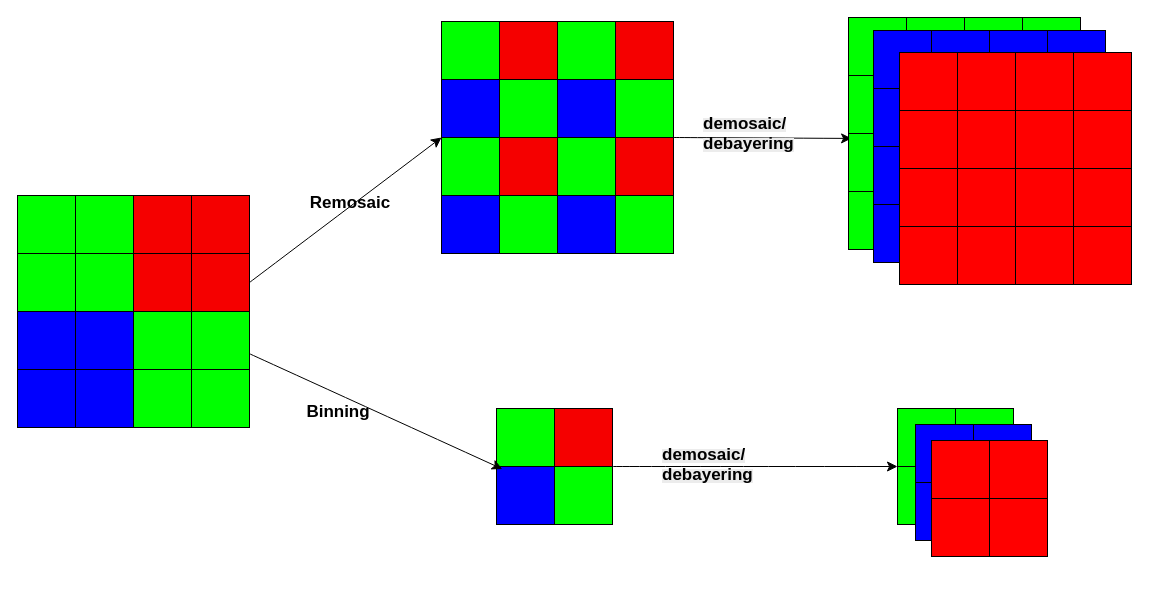
The draw.io diagram CMU15445/quadraw.drawio in SixPlusAndTimes/drawio, before the edit. Source tidied: cells renumbered, new cells numbered last; positions are measured from the earlier drawing's top-left corner, leaving out a move shared by most shapes. Both pictures are drawn from the tidied source at 100%, with x=0, y=0 at pixel (17, 17).
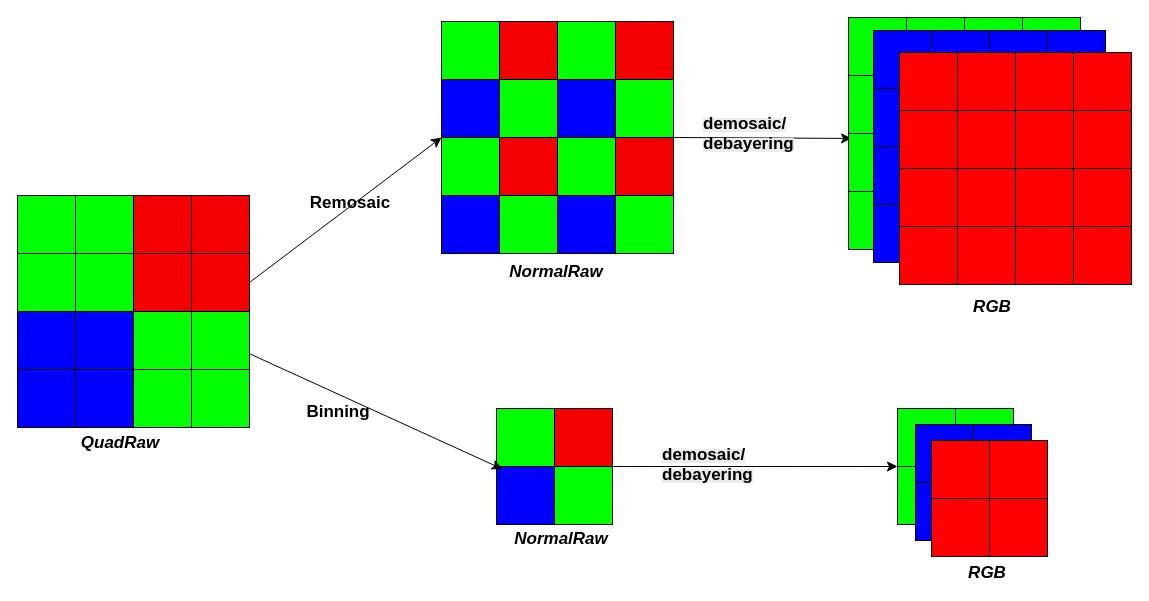
After the change.

Change to the diagram source:
```diff
@@
+    <mxCell id="106" value="&lt;span style=&quot;font-size: 17px;&quot;&gt;&lt;b&gt;&lt;i&gt;QuadRaw&lt;/i&gt;&lt;/b&gt;&lt;/span&gt;" style="text;html=1;whiteSpace=wrap;strokeColor=none;fillColor=none;align=center;verticalAlign=middle;rounded=0;" parent="1" vertex="1">
+      <mxGeometry x="73" y="416" width="60" height="20" as="geometry" />
+    </mxCell>
+    <mxCell id="107" value="&lt;span style=&quot;font-size: 17px;&quot;&gt;&lt;b&gt;&lt;i&gt;NormalRaw&lt;/i&gt;&lt;/b&gt;&lt;/span&gt;" style="text;html=1;whiteSpace=wrap;strokeColor=none;fillColor=none;align=center;verticalAlign=middle;rounded=0;" parent="1" vertex="1">
+      <mxGeometry x="509" y="245" width="60" height="20" as="geometry" />
+    </mxCell>
+    <mxCell id="108" value="&lt;span style=&quot;font-size: 17px;&quot;&gt;&lt;b&gt;&lt;i&gt;NormalRaw&lt;/i&gt;&lt;/b&gt;&lt;/span&gt;" style="text;html=1;whiteSpace=wrap;strokeColor=none;fillColor=none;align=center;verticalAlign=middle;rounded=0;" parent="1" vertex="1">
+      <mxGeometry x="514" y="512" width="60" height="20" as="geometry" />
+    </mxCell>
+    <mxCell id="109" value="&lt;span style=&quot;font-size: 17px;&quot;&gt;&lt;b&gt;&lt;i&gt;RGB&lt;/i&gt;&lt;/b&gt;&lt;/span&gt;" style="text;html=1;whiteSpace=wrap;strokeColor=none;fillColor=none;align=center;verticalAlign=middle;rounded=0;" parent="1" vertex="1">
+      <mxGeometry x="945" y="280" width="60" height="20" as="geometry" />
+    </mxCell>
+    <mxCell id="110" value="&lt;span style=&quot;font-size: 17px;&quot;&gt;&lt;b&gt;&lt;i&gt;RGB&lt;/i&gt;&lt;/b&gt;&lt;/span&gt;" style="text;html=1;whiteSpace=wrap;strokeColor=none;fillColor=none;align=center;verticalAlign=middle;rounded=0;" parent="1" vertex="1">
+      <mxGeometry x="940" y="546" width="60" height="20" as="geometry" />
+    </mxCell>
```
